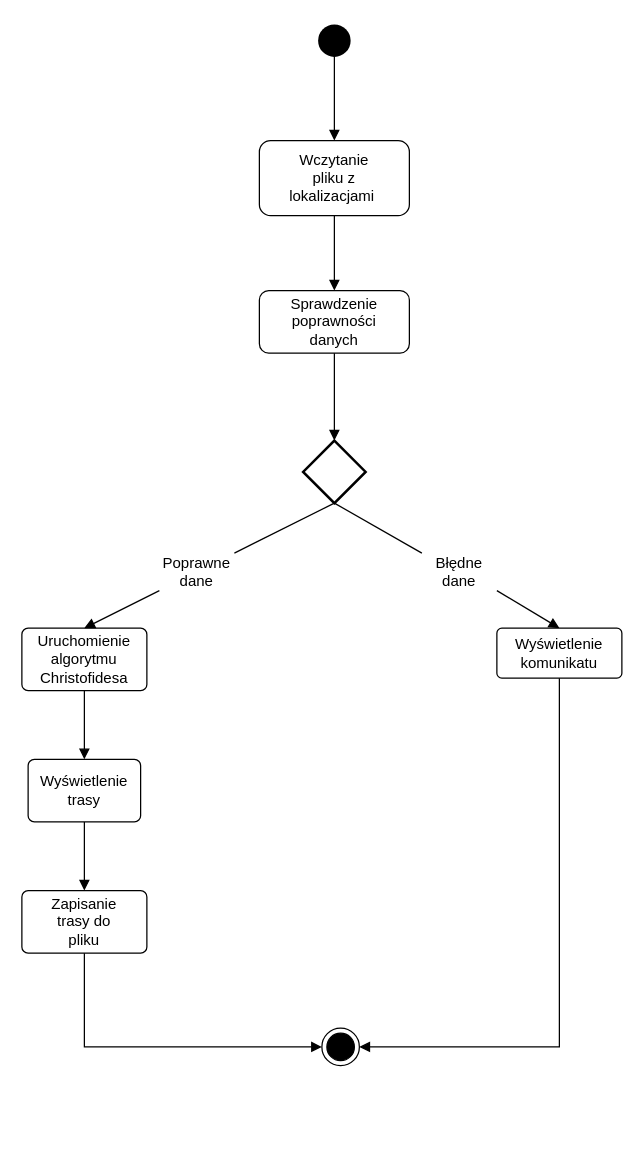
This is Diagram bez tytułu.drawio from Milosz22/traveling_salesman, a draw.io file, before an edit. Source tidied: cells renumbered, new cells numbered last; positions are measured from the earlier drawing's top-left corner, leaving out a move shared by most shapes. Both pictures are drawn from the tidied source at 125%, with x=0, y=0 at pixel (21, 28).
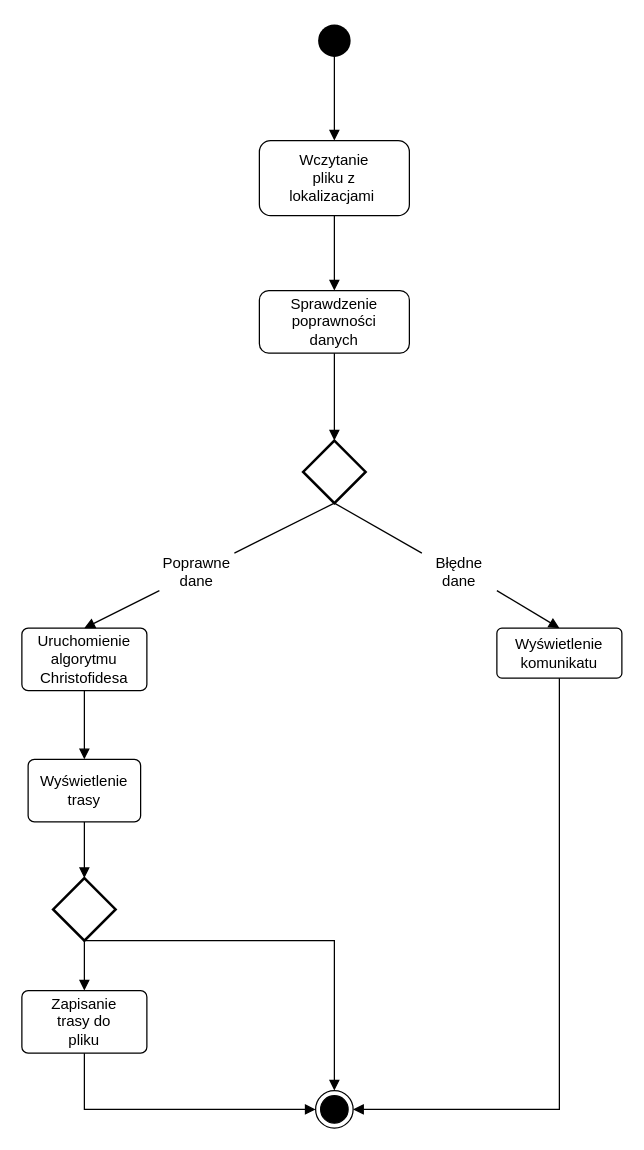
After the change.

Commit message:
Zmieniłam zapisywanie wyniku do pliku na opcjonalne

Unchanged cells that the change refers to:
```xml
<mxCell id="4" style="rounded=1;arcSize=10;whiteSpace=wrap;html=1;align=center;fillColor=#FFFFFF;" parent="1" vertex="1">
  <mxGeometry x="380" y="480" width="100" height="40" as="geometry" />
</mxCell>
<mxCell id="23" style="rounded=1;arcSize=10;whiteSpace=wrap;html=1;align=center;fillColor=#FFFFFF;" parent="1" vertex="1">
  <mxGeometry x="5" y="585" width="90" height="50" as="geometry" />
</mxCell>
```

Diff of the diagram source:
```diff
@@
     <mxCell id="9" style="ellipse;html=1;shape=endState;fillColor=#000000;strokeColor=#000000;" parent="1" vertex="1">
-      <mxGeometry x="240" y="800" width="30" height="30" as="geometry" />
+      <mxGeometry x="235" y="850" width="30" height="30" as="geometry" />
     </mxCell>
@@
     <mxCell id="24" style="rounded=1;arcSize=10;whiteSpace=wrap;html=1;align=center;fillColor=#FFFFFF;" parent="1" vertex="1">
-      <mxGeometry y="690" width="100" height="50" as="geometry" />
+      <mxGeometry y="770" width="100" height="50" as="geometry" />
     </mxCell>
@@
     <mxCell id="26" value="Zapisanie trasy do pliku" style="text;html=1;strokeColor=none;fillColor=none;align=center;verticalAlign=middle;whiteSpace=wrap;rounded=0;strokeWidth=11;" parent="1" vertex="1">
-      <mxGeometry x="20" y="700" width="60" height="30" as="geometry" />
+      <mxGeometry x="20" y="780" width="60" height="30" as="geometry" />
     </mxCell>
@@
-    <mxCell id="28" style="html=1;verticalAlign=bottom;endArrow=block;rounded=0;exitX=0.5;exitY=1;exitDx=0;exitDy=0;entryX=0.5;entryY=0;entryDx=0;entryDy=0;" parent="1" edge="1" source="23" target="24">
+    <mxCell id="28" style="html=1;verticalAlign=bottom;endArrow=block;rounded=0;exitX=0.5;exitY=1;exitDx=0;exitDy=0;entryX=0.5;entryY=0;entryDx=0;entryDy=0;entryPerimeter=0;" parent="1" edge="1" source="23" target="31">
       <mxGeometry relative="1" as="geometry" />
     </mxCell>
     <mxCell id="29" style="html=1;verticalAlign=bottom;endArrow=block;rounded=0;exitX=0.5;exitY=1;exitDx=0;exitDy=0;entryX=0;entryY=0.5;entryDx=0;entryDy=0;" parent="1" edge="1" source="24" target="9">
       <mxGeometry relative="1" as="geometry">
         <Array as="points">
-          <mxPoint x="50" y="815" />
+          <mxPoint x="50" y="865" />
         </Array>
       </mxGeometry>
     </mxCell>
     <mxCell id="30" style="html=1;verticalAlign=bottom;endArrow=block;rounded=0;exitX=0.5;exitY=1;exitDx=0;exitDy=0;entryX=1;entryY=0.5;entryDx=0;entryDy=0;" parent="1" edge="1" source="4" target="9">
       <mxGeometry relative="1" as="geometry">
         <Array as="points">
-          <mxPoint x="430" y="815" />
+          <mxPoint x="430" y="865" />
         </Array>
       </mxGeometry>
     </mxCell>
+    <mxCell id="31" style="strokeWidth=2;html=1;shape=mxgraph.flowchart.decision;whiteSpace=wrap;fillColor=#FFFFFF;" parent="1" vertex="1">
+      <mxGeometry x="25" y="680" width="50" height="50" as="geometry" />
+    </mxCell>
+    <mxCell id="32" style="html=1;verticalAlign=bottom;endArrow=block;rounded=0;exitX=0.5;exitY=1;exitDx=0;exitDy=0;exitPerimeter=0;entryX=0.5;entryY=0;entryDx=0;entryDy=0;" parent="1" edge="1" source="31" target="24">
+      <mxGeometry y="120" relative="1" as="geometry" />
+    </mxCell>
+    <mxCell id="33" style="html=1;verticalAlign=bottom;endArrow=block;rounded=0;exitX=0.5;exitY=1;exitDx=0;exitDy=0;exitPerimeter=0;entryX=0.5;entryY=0;entryDx=0;entryDy=0;" parent="1" edge="1" source="31" target="9">
+      <mxGeometry relative="1" as="geometry">
+        <Array as="points">
+          <mxPoint x="250" y="730" />
+        </Array>
+      </mxGeometry>
+    </mxCell>
```
